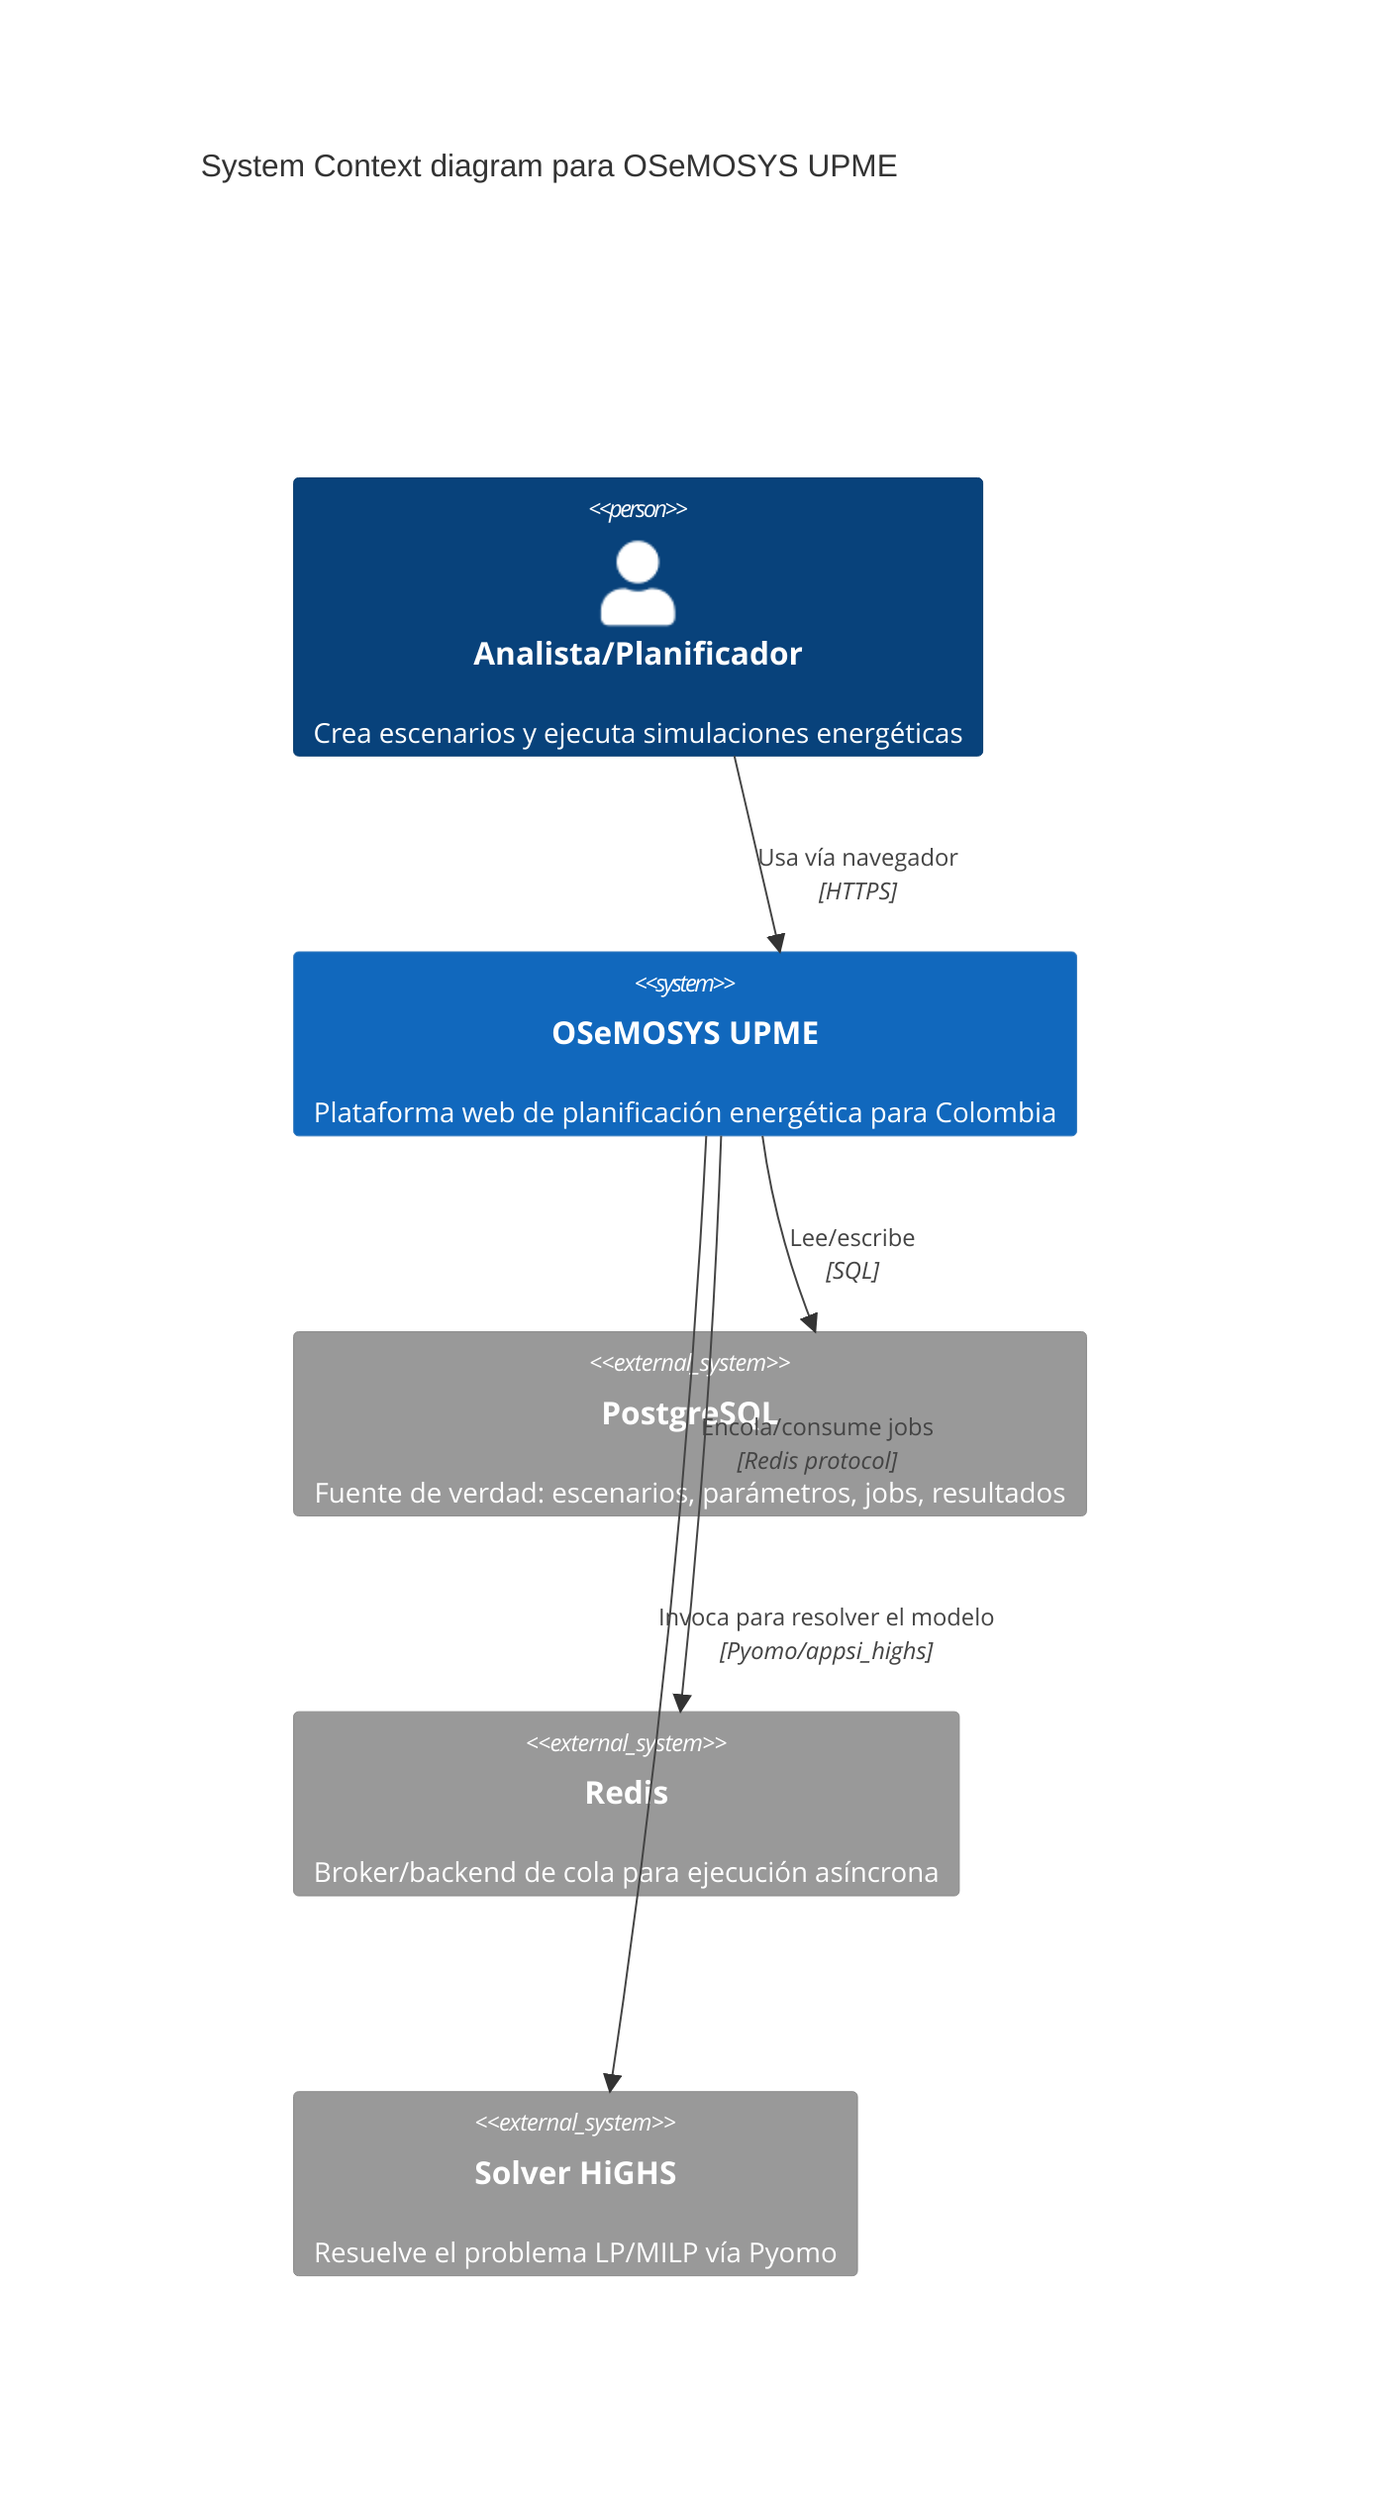
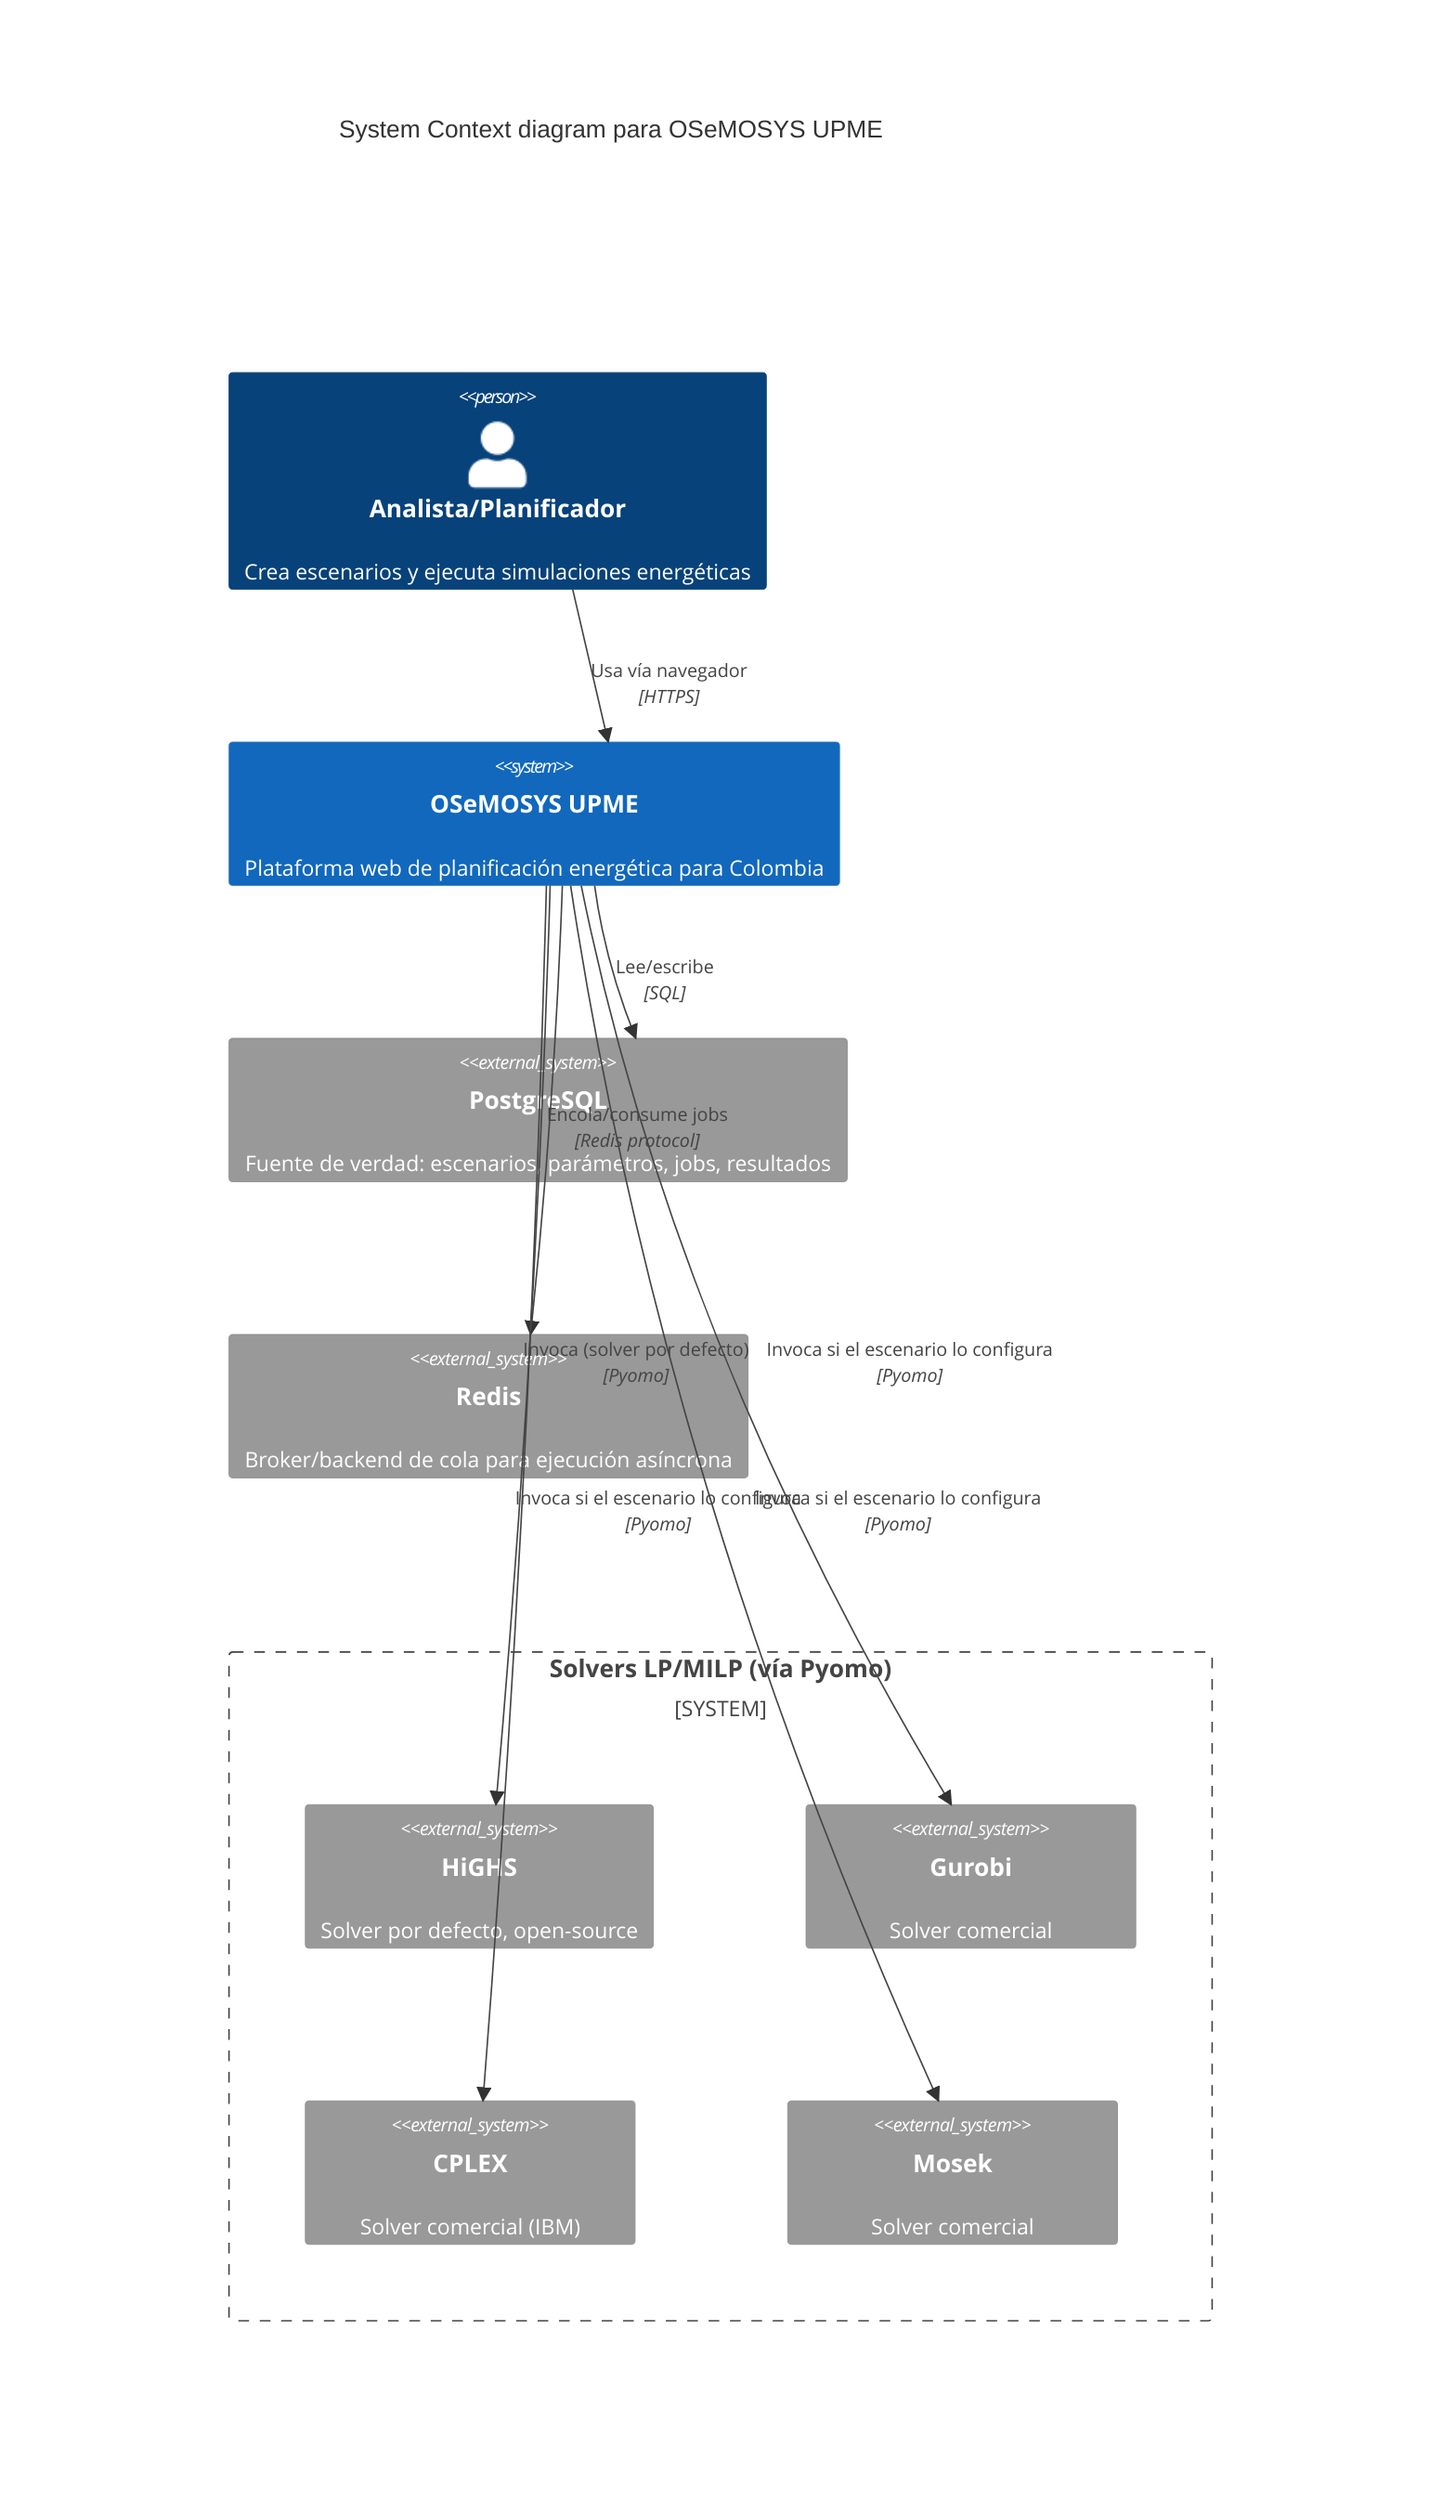
C4Context
    title System Context diagram para OSeMOSYS UPME

    Person(analyst, "Analista/Planificador", "Crea escenarios y ejecuta simulaciones energéticas")

    System(osemosys, "OSeMOSYS UPME", "Plataforma web de planificación energética para Colombia")

    System_Ext(postgres, "PostgreSQL", "Fuente de verdad: escenarios, parámetros, jobs, resultados")
    System_Ext(redis, "Redis", "Broker/backend de cola para ejecución asíncrona")
-     System_Ext(solver, "Solver HiGHS", "Resuelve el problema LP/MILP vía Pyomo")
+ 
+     System_Boundary(solvers, "Solvers LP/MILP (vía Pyomo)") {
+         System_Ext(highs, "HiGHS", "Solver por defecto, open-source")
+         System_Ext(gurobi, "Gurobi", "Solver comercial")
+         System_Ext(cplex, "CPLEX", "Solver comercial (IBM)")
+         System_Ext(mosek, "Mosek", "Solver comercial")
+     }

    Rel(analyst, osemosys, "Usa vía navegador", "HTTPS")
    Rel(osemosys, postgres, "Lee/escribe", "SQL")
    Rel(osemosys, redis, "Encola/consume jobs", "Redis protocol")
-     Rel(osemosys, solver, "Invoca para resolver el modelo", "Pyomo/appsi_highs")
+     Rel(osemosys, highs, "Invoca (solver por defecto)", "Pyomo")
+     Rel(osemosys, gurobi, "Invoca si el escenario lo configura", "Pyomo")
+     Rel(osemosys, cplex, "Invoca si el escenario lo configura", "Pyomo")
+     Rel(osemosys, mosek, "Invoca si el escenario lo configura", "Pyomo")
